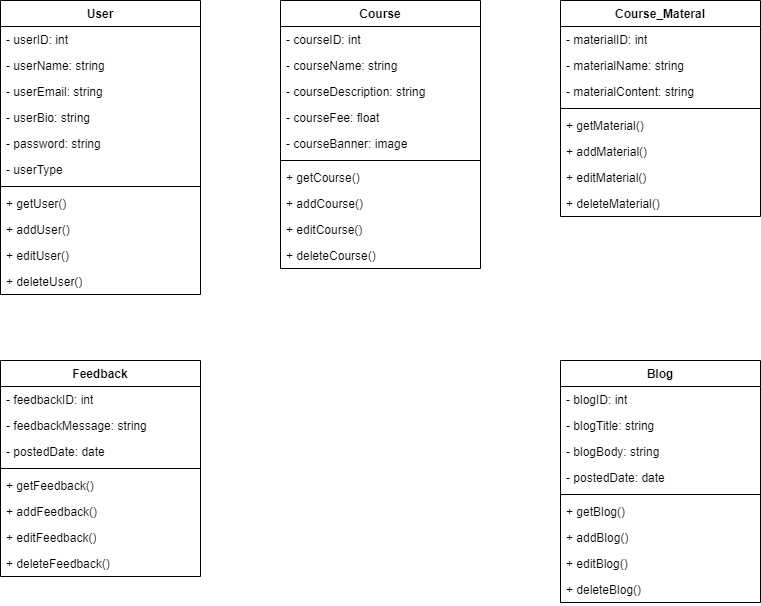
Earlier version of the draw.io export Materials/Class Diagram/Class Diagram.png (iprosenjitp/Tech-School). Source tidied: cells renumbered, new cells last; positions are measured from the earlier drawing's top-left corner, leaving out a move shared by most shapes.
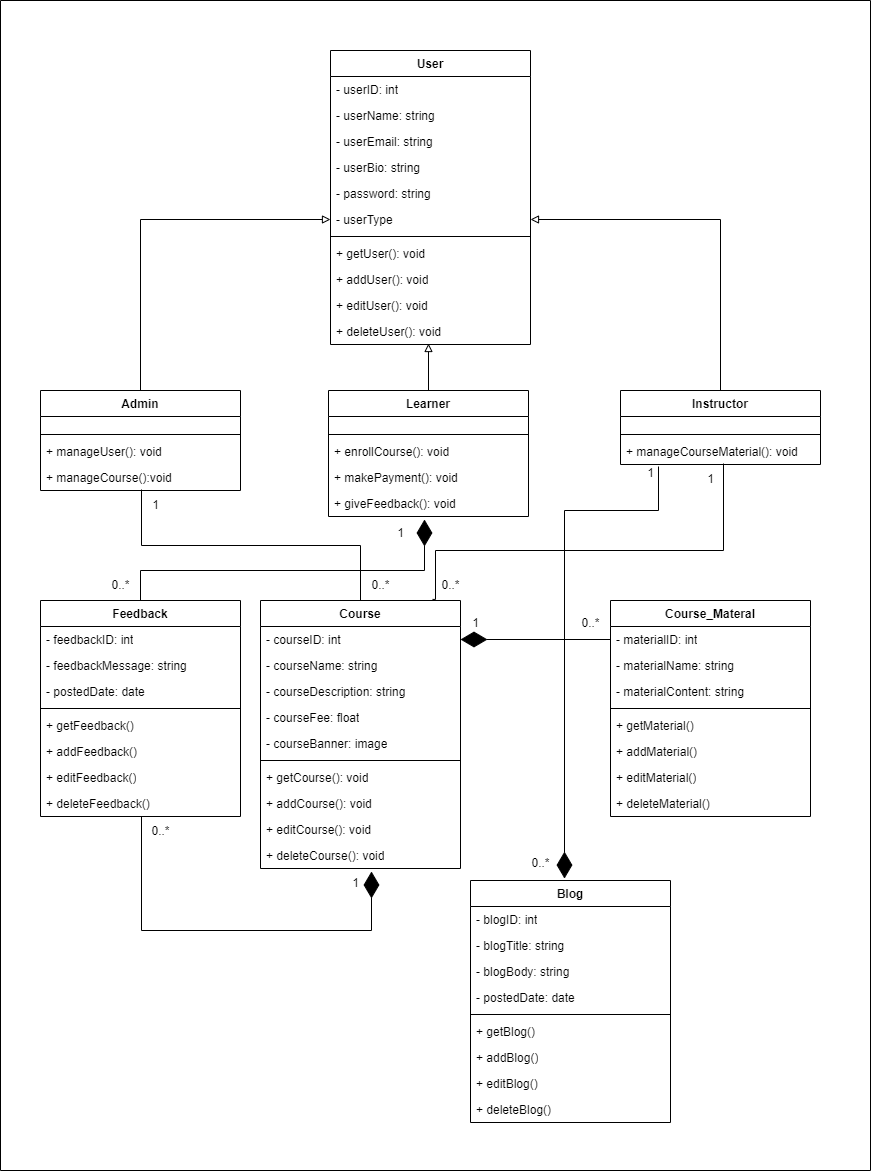
The same diagram one commit later.

Commit message:
ER diagram and class diagram update

Change to the diagram source:
```diff
@@ -1,9 +1,9 @@
-<mxGraphModel>
+<mxGraphModel background="#ffffff">
   <root>
     <mxCell id="0" />
     <mxCell id="1" parent="0" />
     <mxCell id="2" value="User" style="swimlane;fontStyle=1;align=center;verticalAlign=top;horizontal=1;startSize=26;whiteSpace=wrap;html=1;" parent="1" vertex="1">
-      <mxGeometry width="200" height="294" as="geometry" />
+      <mxGeometry x="290" y="-510" width="200" height="294" as="geometry" />
     </mxCell>
     <mxCell id="3" value="- userID: int&lt;br&gt;" style="text;strokeColor=none;fillColor=none;align=left;verticalAlign=top;spacingLeft=4;spacingRight=4;overflow=hidden;whiteSpace=wrap;html=1;" parent="2" vertex="1">
       <mxGeometry y="26" width="200" height="26" as="geometry" />
@@ -26,20 +26,20 @@
     <mxCell id="9" style="line;strokeWidth=1;fillColor=none;align=left;verticalAlign=middle;spacingTop=-1;spacingLeft=3;spacingRight=3;labelPosition=right;strokeColor=inherit;" parent="2" vertex="1">
       <mxGeometry y="182" width="200" height="8" as="geometry" />
     </mxCell>
-    <mxCell id="10" value="+ getUser()" style="text;strokeColor=none;fillColor=none;align=left;verticalAlign=top;spacingLeft=4;spacingRight=4;overflow=hidden;whiteSpace=wrap;html=1;" parent="2" vertex="1">
+    <mxCell id="10" value="+ getUser(): void" style="text;strokeColor=none;fillColor=none;align=left;verticalAlign=top;spacingLeft=4;spacingRight=4;overflow=hidden;whiteSpace=wrap;html=1;" parent="2" vertex="1">
       <mxGeometry y="190" width="200" height="26" as="geometry" />
     </mxCell>
-    <mxCell id="11" value="+ addUser()" style="text;strokeColor=none;fillColor=none;align=left;verticalAlign=top;spacingLeft=4;spacingRight=4;overflow=hidden;whiteSpace=wrap;html=1;" parent="2" vertex="1">
+    <mxCell id="11" value="+ addUser(): void" style="text;strokeColor=none;fillColor=none;align=left;verticalAlign=top;spacingLeft=4;spacingRight=4;overflow=hidden;whiteSpace=wrap;html=1;" parent="2" vertex="1">
       <mxGeometry y="216" width="200" height="26" as="geometry" />
     </mxCell>
-    <mxCell id="12" value="+ editUser()" style="text;strokeColor=none;fillColor=none;align=left;verticalAlign=top;spacingLeft=4;spacingRight=4;overflow=hidden;whiteSpace=wrap;html=1;" parent="2" vertex="1">
+    <mxCell id="12" value="+ editUser(): void" style="text;strokeColor=none;fillColor=none;align=left;verticalAlign=top;spacingLeft=4;spacingRight=4;overflow=hidden;whiteSpace=wrap;html=1;" parent="2" vertex="1">
       <mxGeometry y="242" width="200" height="26" as="geometry" />
     </mxCell>
-    <mxCell id="13" value="+ deleteUser()" style="text;strokeColor=none;fillColor=none;align=left;verticalAlign=top;spacingLeft=4;spacingRight=4;overflow=hidden;points=[[0,0.5],[1,0.5]];portConstraint=eastwest;whiteSpace=wrap;html=1;" parent="2" vertex="1">
+    <mxCell id="13" value="+ deleteUser(): void" style="text;strokeColor=none;fillColor=none;align=left;verticalAlign=top;spacingLeft=4;spacingRight=4;overflow=hidden;points=[[0,0.5],[1,0.5]];portConstraint=eastwest;whiteSpace=wrap;html=1;" parent="2" vertex="1">
       <mxGeometry y="268" width="200" height="26" as="geometry" />
     </mxCell>
     <mxCell id="14" value="Course" style="swimlane;fontStyle=1;align=center;verticalAlign=top;horizontal=1;startSize=26;whiteSpace=wrap;html=1;" parent="1" vertex="1">
-      <mxGeometry x="280" width="200" height="268" as="geometry" />
+      <mxGeometry x="220" y="40" width="200" height="268" as="geometry" />
     </mxCell>
     <mxCell id="15" value="- courseID: int" style="text;strokeColor=none;fillColor=none;align=left;verticalAlign=top;spacingLeft=4;spacingRight=4;overflow=hidden;points=[[0,0.5],[1,0.5]];portConstraint=eastwest;whiteSpace=wrap;html=1;" parent="14" vertex="1">
       <mxGeometry y="26" width="200" height="26" as="geometry" />
@@ -59,20 +59,20 @@
     <mxCell id="20" style="line;strokeWidth=1;fillColor=none;align=left;verticalAlign=middle;spacingTop=-1;spacingLeft=3;spacingRight=3;labelPosition=right;strokeColor=inherit;" parent="14" vertex="1">
       <mxGeometry y="156" width="200" height="8" as="geometry" />
     </mxCell>
-    <mxCell id="21" value="+ getCourse()" style="text;strokeColor=none;fillColor=none;align=left;verticalAlign=top;spacingLeft=4;spacingRight=4;overflow=hidden;whiteSpace=wrap;html=1;" parent="14" vertex="1">
+    <mxCell id="21" value="+ getCourse(): void" style="text;strokeColor=none;fillColor=none;align=left;verticalAlign=top;spacingLeft=4;spacingRight=4;overflow=hidden;whiteSpace=wrap;html=1;" parent="14" vertex="1">
       <mxGeometry y="164" width="200" height="26" as="geometry" />
     </mxCell>
-    <mxCell id="22" value="+ addCourse()" style="text;strokeColor=none;fillColor=none;align=left;verticalAlign=top;spacingLeft=4;spacingRight=4;overflow=hidden;whiteSpace=wrap;html=1;" parent="14" vertex="1">
+    <mxCell id="22" value="+ addCourse(): void" style="text;strokeColor=none;fillColor=none;align=left;verticalAlign=top;spacingLeft=4;spacingRight=4;overflow=hidden;whiteSpace=wrap;html=1;" parent="14" vertex="1">
       <mxGeometry y="190" width="200" height="26" as="geometry" />
     </mxCell>
-    <mxCell id="23" value="+ editCourse()" style="text;strokeColor=none;fillColor=none;align=left;verticalAlign=top;spacingLeft=4;spacingRight=4;overflow=hidden;whiteSpace=wrap;html=1;" parent="14" vertex="1">
+    <mxCell id="23" value="+ editCourse(): void" style="text;strokeColor=none;fillColor=none;align=left;verticalAlign=top;spacingLeft=4;spacingRight=4;overflow=hidden;whiteSpace=wrap;html=1;" parent="14" vertex="1">
       <mxGeometry y="216" width="200" height="26" as="geometry" />
     </mxCell>
-    <mxCell id="24" value="+ deleteCourse()" style="text;strokeColor=none;fillColor=none;align=left;verticalAlign=top;spacingLeft=4;spacingRight=4;overflow=hidden;points=[[0,0.5],[1,0.5]];portConstraint=eastwest;whiteSpace=wrap;html=1;" parent="14" vertex="1">
+    <mxCell id="24" value="+ deleteCourse(): void" style="text;strokeColor=none;fillColor=none;align=left;verticalAlign=top;spacingLeft=4;spacingRight=4;overflow=hidden;points=[[0,0.5],[1,0.5]];portConstraint=eastwest;whiteSpace=wrap;html=1;" parent="14" vertex="1">
       <mxGeometry y="242" width="200" height="26" as="geometry" />
     </mxCell>
     <mxCell id="25" value="Course_Materal" style="swimlane;fontStyle=1;align=center;verticalAlign=top;horizontal=1;startSize=26;whiteSpace=wrap;html=1;" parent="1" vertex="1">
-      <mxGeometry x="560" width="200" height="216" as="geometry" />
+      <mxGeometry x="570" y="40" width="200" height="216" as="geometry" />
     </mxCell>
     <mxCell id="26" value="- materialID: int" style="text;strokeColor=none;fillColor=none;align=left;verticalAlign=top;spacingLeft=4;spacingRight=4;overflow=hidden;points=[[0,0.5],[1,0.5]];portConstraint=eastwest;whiteSpace=wrap;html=1;" parent="25" vertex="1">
       <mxGeometry y="26" width="200" height="26" as="geometry" />
@@ -99,7 +99,7 @@
       <mxGeometry y="190" width="200" height="26" as="geometry" />
     </mxCell>
     <mxCell id="34" value="Blog" style="swimlane;fontStyle=1;align=center;verticalAlign=top;horizontal=1;startSize=26;whiteSpace=wrap;html=1;" parent="1" vertex="1">
-      <mxGeometry x="560" y="360" width="200" height="242" as="geometry" />
+      <mxGeometry x="430" y="320" width="200" height="242" as="geometry" />
     </mxCell>
     <mxCell id="35" value="- blogID: int" style="text;strokeColor=none;fillColor=none;align=left;verticalAlign=top;spacingLeft=4;spacingRight=4;overflow=hidden;whiteSpace=wrap;html=1;" parent="34" vertex="1">
       <mxGeometry y="26" width="200" height="26" as="geometry" />
@@ -129,7 +129,7 @@
       <mxGeometry y="216" width="200" height="26" as="geometry" />
     </mxCell>
     <mxCell id="44" value="Feedback" style="swimlane;fontStyle=1;align=center;verticalAlign=top;horizontal=1;startSize=26;whiteSpace=wrap;html=1;" parent="1" vertex="1">
-      <mxGeometry y="360" width="200" height="216" as="geometry" />
+      <mxGeometry y="40" width="200" height="216" as="geometry" />
     </mxCell>
     <mxCell id="45" value="- feedbackID: int" style="text;strokeColor=none;fillColor=none;align=left;verticalAlign=top;spacingLeft=4;spacingRight=4;overflow=hidden;whiteSpace=wrap;html=1;" parent="44" vertex="1">
       <mxGeometry y="26" width="200" height="26" as="geometry" />
@@ -155,5 +155,137 @@
     <mxCell id="52" value="+ deleteFeedback()" style="text;strokeColor=none;fillColor=none;align=left;verticalAlign=top;spacingLeft=4;spacingRight=4;overflow=hidden;points=[[0,0.5],[1,0.5]];portConstraint=eastwest;whiteSpace=wrap;html=1;" parent="44" vertex="1">
       <mxGeometry y="190" width="200" height="26" as="geometry" />
     </mxCell>
+    <mxCell id="53" style="edgeStyle=orthogonalEdgeStyle;rounded=0;jettySize=auto;html=1;exitX=0.5;exitY=0;exitDx=0;exitDy=0;entryX=0;entryY=0.5;entryDx=0;entryDy=0;endArrow=block;endFill=0;" parent="1" edge="1" source="54" target="8">
+      <mxGeometry relative="1" as="geometry" />
+    </mxCell>
+    <mxCell id="54" value="Admin" style="swimlane;fontStyle=1;align=center;verticalAlign=top;horizontal=1;startSize=26;whiteSpace=wrap;html=1;" parent="1" vertex="1">
+      <mxGeometry y="-170" width="200" height="100" as="geometry" />
+    </mxCell>
+    <mxCell id="55" style="text;strokeColor=none;fillColor=none;align=left;verticalAlign=middle;spacingTop=-1;spacingLeft=4;spacingRight=4;labelPosition=right;" parent="54" vertex="1">
+      <mxGeometry y="26" width="200" height="14" as="geometry" />
+    </mxCell>
+    <mxCell id="56" style="line;strokeWidth=1;fillColor=none;align=left;verticalAlign=middle;spacingTop=-1;spacingLeft=3;spacingRight=3;labelPosition=right;strokeColor=inherit;" parent="54" vertex="1">
+      <mxGeometry y="40" width="200" height="8" as="geometry" />
+    </mxCell>
+    <mxCell id="57" value="+ manageUser(): void" style="text;strokeColor=none;fillColor=none;align=left;verticalAlign=top;spacingLeft=4;spacingRight=4;overflow=hidden;whiteSpace=wrap;html=1;" parent="54" vertex="1">
+      <mxGeometry y="48" width="200" height="26" as="geometry" />
+    </mxCell>
+    <mxCell id="58" value="+ manageCourse():void" style="text;strokeColor=none;fillColor=none;align=left;verticalAlign=top;spacingLeft=4;spacingRight=4;overflow=hidden;points=[[0,0.5],[1,0.5]];portConstraint=eastwest;whiteSpace=wrap;html=1;" parent="54" vertex="1">
+      <mxGeometry y="74" width="200" height="26" as="geometry" />
+    </mxCell>
+    <mxCell id="59" value="Learner" style="swimlane;fontStyle=1;align=center;verticalAlign=top;horizontal=1;startSize=26;whiteSpace=wrap;html=1;" parent="1" vertex="1">
+      <mxGeometry x="288" y="-170" width="200" height="126" as="geometry" />
+    </mxCell>
+    <mxCell id="60" style="text;strokeColor=none;fillColor=none;align=left;verticalAlign=middle;spacingTop=-1;spacingLeft=4;spacingRight=4;labelPosition=right;" parent="59" vertex="1">
+      <mxGeometry y="26" width="200" height="14" as="geometry" />
+    </mxCell>
+    <mxCell id="61" style="line;strokeWidth=1;fillColor=none;align=left;verticalAlign=middle;spacingTop=-1;spacingLeft=3;spacingRight=3;labelPosition=right;strokeColor=inherit;" parent="59" vertex="1">
+      <mxGeometry y="40" width="200" height="8" as="geometry" />
+    </mxCell>
+    <mxCell id="62" value="+ enrollCourse(): void" style="text;strokeColor=none;fillColor=none;align=left;verticalAlign=top;spacingLeft=4;spacingRight=4;overflow=hidden;whiteSpace=wrap;html=1;" parent="59" vertex="1">
+      <mxGeometry y="48" width="200" height="26" as="geometry" />
+    </mxCell>
+    <mxCell id="63" value="+ makePayment(): void" style="text;strokeColor=none;fillColor=none;align=left;verticalAlign=top;spacingLeft=4;spacingRight=4;overflow=hidden;whiteSpace=wrap;html=1;" parent="59" vertex="1">
+      <mxGeometry y="74" width="200" height="26" as="geometry" />
+    </mxCell>
+    <mxCell id="64" value="+ giveFeedback(): void" style="text;strokeColor=none;fillColor=none;align=left;verticalAlign=top;spacingLeft=4;spacingRight=4;overflow=hidden;points=[[0,0.5],[1,0.5]];portConstraint=eastwest;whiteSpace=wrap;html=1;" parent="59" vertex="1">
+      <mxGeometry y="100" width="200" height="26" as="geometry" />
+    </mxCell>
+    <mxCell id="65" style="edgeStyle=orthogonalEdgeStyle;rounded=0;jettySize=auto;html=1;entryX=1;entryY=0.5;entryDx=0;entryDy=0;endArrow=block;endFill=0;" parent="1" edge="1" source="66" target="8">
+      <mxGeometry relative="1" as="geometry" />
+    </mxCell>
+    <mxCell id="66" value="Instructor" style="swimlane;fontStyle=1;align=center;verticalAlign=top;horizontal=1;startSize=26;whiteSpace=wrap;html=1;" parent="1" vertex="1">
+      <mxGeometry x="580" y="-170" width="200" height="74" as="geometry" />
+    </mxCell>
+    <mxCell id="67" style="text;strokeColor=none;fillColor=none;align=left;verticalAlign=middle;spacingTop=-1;spacingLeft=4;spacingRight=4;labelPosition=right;" parent="66" vertex="1">
+      <mxGeometry y="26" width="200" height="14" as="geometry" />
+    </mxCell>
+    <mxCell id="68" style="line;strokeWidth=1;fillColor=none;align=left;verticalAlign=middle;spacingTop=-1;spacingLeft=3;spacingRight=3;labelPosition=right;strokeColor=inherit;" parent="66" vertex="1">
+      <mxGeometry y="40" width="200" height="8" as="geometry" />
+    </mxCell>
+    <mxCell id="69" value="+ manageCourseMaterial(): void" style="text;strokeColor=none;fillColor=none;align=left;verticalAlign=top;spacingLeft=4;spacingRight=4;overflow=hidden;points=[[0,0.5],[1,0.5]];portConstraint=eastwest;whiteSpace=wrap;html=1;" parent="66" vertex="1">
+      <mxGeometry y="48" width="200" height="26" as="geometry" />
+    </mxCell>
+    <mxCell id="70" style="endArrow=block;html=1;rounded=0;entryX=0.49;entryY=0.962;entryDx=0;entryDy=0;entryPerimeter=0;exitX=0.5;exitY=0;exitDx=0;exitDy=0;endFill=0;" parent="1" edge="1" source="59" target="13">
+      <mxGeometry relative="1" as="geometry" />
+    </mxCell>
+    <mxCell id="71" value="0..*" style="text;html=1;align=center;verticalAlign=middle;strokeColor=none;fillColor=none;" parent="1" vertex="1">
+      <mxGeometry x="530" y="48" width="40" height="30" as="geometry" />
+    </mxCell>
+    <mxCell id="72" value="1" style="text;html=1;align=center;verticalAlign=middle;strokeColor=none;fillColor=none;" parent="1" vertex="1">
+      <mxGeometry x="420" y="48" width="30" height="30" as="geometry" />
+    </mxCell>
+    <mxCell id="73" style="endArrow=diamondThin;endFill=1;endSize=24;html=1;rounded=0;exitX=0.5;exitY=0;exitDx=0;exitDy=0;entryX=0.48;entryY=1.115;entryDx=0;entryDy=0;entryPerimeter=0;edgeStyle=orthogonalEdgeStyle;" parent="1" edge="1" source="44" target="64">
+      <mxGeometry relative="1" as="geometry">
+        <Array as="points">
+          <mxPoint x="100" y="10" />
+          <mxPoint x="384" y="10" />
+        </Array>
+      </mxGeometry>
+    </mxCell>
+    <mxCell id="74" value="1" style="text;html=1;align=center;verticalAlign=middle;strokeColor=none;fillColor=none;" parent="1" vertex="1">
+      <mxGeometry x="345" y="-42" width="30" height="30" as="geometry" />
+    </mxCell>
+    <mxCell id="75" style="endArrow=diamondThin;endFill=1;endSize=24;html=1;rounded=0;entryX=1;entryY=0.5;entryDx=0;entryDy=0;exitX=0;exitY=0.5;exitDx=0;exitDy=0;" parent="1" edge="1" source="26" target="15">
+      <mxGeometry relative="1" as="geometry" />
+    </mxCell>
+    <mxCell id="76" value="0..*" style="text;html=1;align=center;verticalAlign=middle;strokeColor=none;fillColor=none;" parent="1" vertex="1">
+      <mxGeometry x="60" y="10" width="40" height="30" as="geometry" />
+    </mxCell>
+    <mxCell id="77" style="endArrow=diamondThin;endFill=1;endSize=24;html=1;rounded=0;exitX=0.505;exitY=1;exitDx=0;exitDy=0;exitPerimeter=0;entryX=0.555;entryY=1.115;entryDx=0;entryDy=0;entryPerimeter=0;edgeStyle=orthogonalEdgeStyle;" parent="1" edge="1" source="52" target="24">
+      <mxGeometry relative="1" as="geometry">
+        <Array as="points">
+          <mxPoint x="101" y="370" />
+          <mxPoint x="331" y="370" />
+        </Array>
+      </mxGeometry>
+    </mxCell>
+    <mxCell id="78" value="0..*" style="text;html=1;align=center;verticalAlign=middle;strokeColor=none;fillColor=none;" parent="1" vertex="1">
+      <mxGeometry x="100" y="256" width="40" height="30" as="geometry" />
+    </mxCell>
+    <mxCell id="79" value="1" style="text;html=1;align=center;verticalAlign=middle;strokeColor=none;fillColor=none;" parent="1" vertex="1">
+      <mxGeometry x="300" y="308" width="30" height="30" as="geometry" />
+    </mxCell>
+    <mxCell id="80" style="endArrow=none;html=1;rounded=0;exitX=0.505;exitY=0.962;exitDx=0;exitDy=0;exitPerimeter=0;entryX=0.5;entryY=0;entryDx=0;entryDy=0;edgeStyle=orthogonalEdgeStyle;" parent="1" edge="1" source="58" target="14">
+      <mxGeometry relative="1" as="geometry" />
+    </mxCell>
+    <mxCell id="81" value="0..*" style="text;html=1;align=center;verticalAlign=middle;strokeColor=none;fillColor=none;" parent="1" vertex="1">
+      <mxGeometry x="320" y="10" width="40" height="30" as="geometry" />
+    </mxCell>
+    <mxCell id="82" value="1" style="text;html=1;align=center;verticalAlign=middle;strokeColor=none;fillColor=none;" parent="1" vertex="1">
+      <mxGeometry x="100" y="-70" width="30" height="30" as="geometry" />
+    </mxCell>
+    <mxCell id="83" style="endArrow=none;html=1;rounded=0;entryX=0.515;entryY=0.962;entryDx=0;entryDy=0;entryPerimeter=0;exitX=0.86;exitY=-0.004;exitDx=0;exitDy=0;exitPerimeter=0;edgeStyle=orthogonalEdgeStyle;" parent="1" edge="1" source="14" target="69">
+      <mxGeometry relative="1" as="geometry">
+        <Array as="points">
+          <mxPoint x="395" y="39" />
+          <mxPoint x="395" y="-10" />
+          <mxPoint x="683" y="-10" />
+        </Array>
+      </mxGeometry>
+    </mxCell>
+    <mxCell id="84" value="0..*" style="text;html=1;align=center;verticalAlign=middle;strokeColor=none;fillColor=none;" parent="1" vertex="1">
+      <mxGeometry x="390" y="10" width="40" height="30" as="geometry" />
+    </mxCell>
+    <mxCell id="85" value="1" style="text;html=1;align=center;verticalAlign=middle;strokeColor=none;fillColor=none;" parent="1" vertex="1">
+      <mxGeometry x="655" y="-96" width="30" height="30" as="geometry" />
+    </mxCell>
+    <mxCell id="86" style="endArrow=diamondThin;endFill=1;endSize=24;html=1;rounded=0;entryX=0.47;entryY=-0.008;entryDx=0;entryDy=0;entryPerimeter=0;exitX=0.19;exitY=1.077;exitDx=0;exitDy=0;exitPerimeter=0;edgeStyle=orthogonalEdgeStyle;" parent="1" edge="1" source="69" target="34">
+      <mxGeometry relative="1" as="geometry">
+        <Array as="points">
+          <mxPoint x="618" y="-50" />
+          <mxPoint x="524" y="-50" />
+        </Array>
+      </mxGeometry>
+    </mxCell>
+    <mxCell id="87" value="1" style="text;html=1;align=center;verticalAlign=middle;strokeColor=none;fillColor=none;" parent="1" vertex="1">
+      <mxGeometry x="595" y="-102" width="30" height="30" as="geometry" />
+    </mxCell>
+    <mxCell id="88" value="0..*" style="text;html=1;align=center;verticalAlign=middle;strokeColor=none;fillColor=none;" parent="1" vertex="1">
+      <mxGeometry x="480" y="288" width="40" height="30" as="geometry" />
+    </mxCell>
+    <mxCell id="89" style="swimlane;startSize=0;" parent="1" vertex="1">
+      <mxGeometry x="-40" y="-560" width="870" height="1170" as="geometry" />
+    </mxCell>
   </root>
 </mxGraphModel>
```
